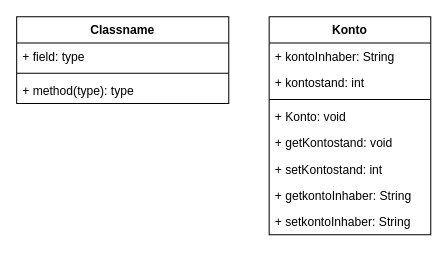
Geusen/02b_CodeLab_01 keeps this draw.io diagram as com/cc/java/Klassendiagramm.drawio. Above is the earlier version. Source tidied: cells renumbered, new cells numbered last; positions are measured from the earlier drawing's top-left corner, leaving out a move shared by most shapes. Both pictures are drawn from the tidied source at 101%, with x=0, y=0 at pixel (16, 16).
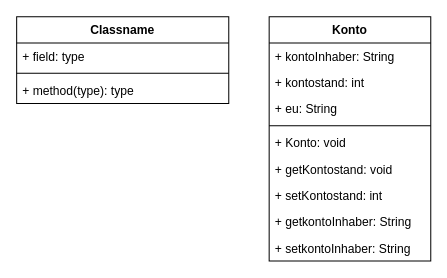
Above is the later version.

Diff of the diagram source:
```diff
@@
 <mxGraphModel>
   <root>
     <mxCell id="0" />
     <mxCell id="1" parent="0" />
     <mxCell id="2" value="Konto" style="swimlane;fontStyle=1;align=center;verticalAlign=top;horizontal=1;startSize=26;" parent="1" vertex="1">
-      <mxGeometry x="250" width="160" height="216" as="geometry" />
+      <mxGeometry x="250" width="160" height="242" as="geometry" />
     </mxCell>
     <mxCell id="3" value="+ kontoInhaber: String" style="text;strokeColor=none;fillColor=none;align=left;verticalAlign=top;spacingLeft=4;spacingRight=4;overflow=hidden;" parent="2" vertex="1">
       <mxGeometry y="26" width="160" height="26" as="geometry" />
     </mxCell>
     <mxCell id="4" value="+ kontostand: int" style="text;strokeColor=none;fillColor=none;align=left;verticalAlign=top;spacingLeft=4;spacingRight=4;overflow=hidden;" parent="2" vertex="1">
       <mxGeometry y="52" width="160" height="26" as="geometry" />
     </mxCell>
+    <mxCell id="15" value="+ eu: String" style="text;strokeColor=none;fillColor=none;align=left;verticalAlign=top;spacingLeft=4;spacingRight=4;overflow=hidden;" parent="2" vertex="1">
+      <mxGeometry y="78" width="160" height="26" as="geometry" />
+    </mxCell>
     <mxCell id="5" style="line;strokeWidth=1;fillColor=none;align=left;verticalAlign=middle;spacingTop=-1;spacingLeft=3;spacingRight=3;labelPosition=right;strokeColor=inherit;" parent="2" vertex="1">
-      <mxGeometry y="78" width="160" height="8" as="geometry" />
+      <mxGeometry y="104" width="160" height="8" as="geometry" />
     </mxCell>
     <mxCell id="6" value="+ Konto: void" style="text;strokeColor=none;fillColor=none;align=left;verticalAlign=top;spacingLeft=4;spacingRight=4;overflow=hidden;" parent="2" vertex="1">
-      <mxGeometry y="86" width="160" height="26" as="geometry" />
+      <mxGeometry y="112" width="160" height="26" as="geometry" />
     </mxCell>
     <mxCell id="7" value="+ getKontostand: void" style="text;strokeColor=none;fillColor=none;align=left;verticalAlign=top;spacingLeft=4;spacingRight=4;overflow=hidden;" parent="2" vertex="1">
-      <mxGeometry y="112" width="160" height="26" as="geometry" />
+      <mxGeometry y="138" width="160" height="26" as="geometry" />
     </mxCell>
     <mxCell id="8" value="+ setKontostand: int" style="text;strokeColor=none;fillColor=none;align=left;verticalAlign=top;spacingLeft=4;spacingRight=4;overflow=hidden;" parent="2" vertex="1">
-      <mxGeometry y="138" width="160" height="26" as="geometry" />
+      <mxGeometry y="164" width="160" height="26" as="geometry" />
     </mxCell>
     <mxCell id="9" value="+ getkontoInhaber: String" style="text;strokeColor=none;fillColor=none;align=left;verticalAlign=top;spacingLeft=4;spacingRight=4;overflow=hidden;" parent="2" vertex="1">
-      <mxGeometry y="164" width="160" height="26" as="geometry" />
+      <mxGeometry y="190" width="160" height="26" as="geometry" />
     </mxCell>
     <mxCell id="10" value="+ setkontoInhaber: String" style="text;strokeColor=none;fillColor=none;align=left;verticalAlign=top;spacingLeft=4;spacingRight=4;overflow=hidden;" parent="2" vertex="1">
-      <mxGeometry y="190" width="160" height="26" as="geometry" />
+      <mxGeometry y="216" width="160" height="26" as="geometry" />
     </mxCell>
     <mxCell id="11" value="Classname" style="swimlane;fontStyle=1;align=center;verticalAlign=top;horizontal=1;startSize=26;" parent="1" vertex="1">
       <mxGeometry width="210" height="86" as="geometry" />
     </mxCell>
     <mxCell id="12" value="+ field: type" style="text;strokeColor=none;fillColor=none;align=left;verticalAlign=top;spacingLeft=4;spacingRight=4;overflow=hidden;" parent="11" vertex="1">
       <mxGeometry y="26" width="210" height="26" as="geometry" />
     </mxCell>
     <mxCell id="13" style="line;strokeWidth=1;fillColor=none;align=left;verticalAlign=middle;spacingTop=-1;spacingLeft=3;spacingRight=3;labelPosition=right;strokeColor=inherit;" parent="11" vertex="1">
       <mxGeometry y="52" width="210" height="8" as="geometry" />
     </mxCell>
     <mxCell id="14" value="+ method(type): type" style="text;strokeColor=none;fillColor=none;align=left;verticalAlign=top;spacingLeft=4;spacingRight=4;overflow=hidden;" parent="11" vertex="1">
       <mxGeometry y="60" width="210" height="26" as="geometry" />
     </mxCell>
   </root>
 </mxGraphModel>
```
